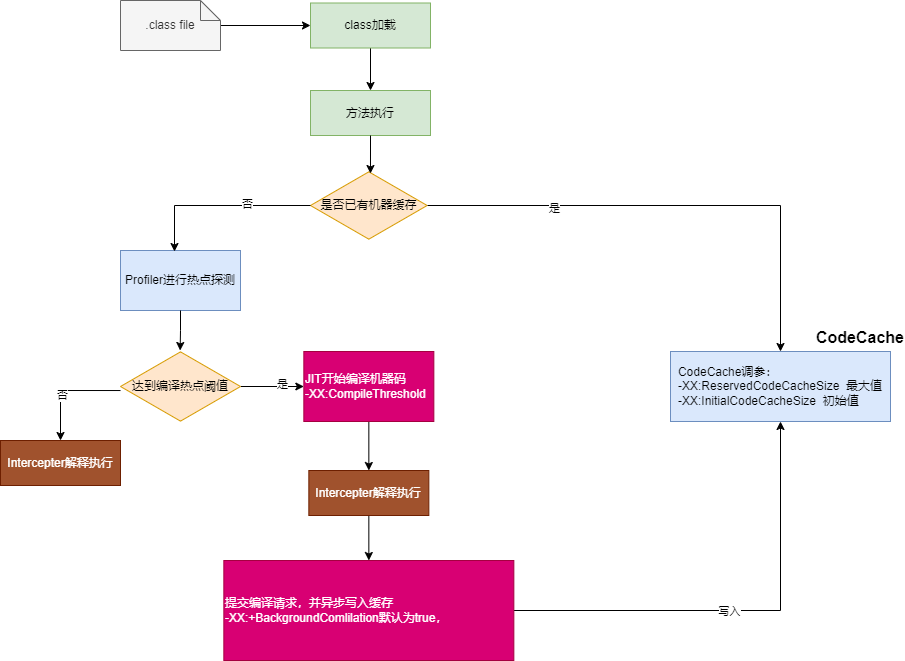
Earlier version of the draw.io export jit即时编译.drawio.png (lyflexi/draw.io-online). Source tidied: cells renumbered, new cells last; positions are measured from the earlier drawing's top-left corner, leaving out a move shared by most shapes.
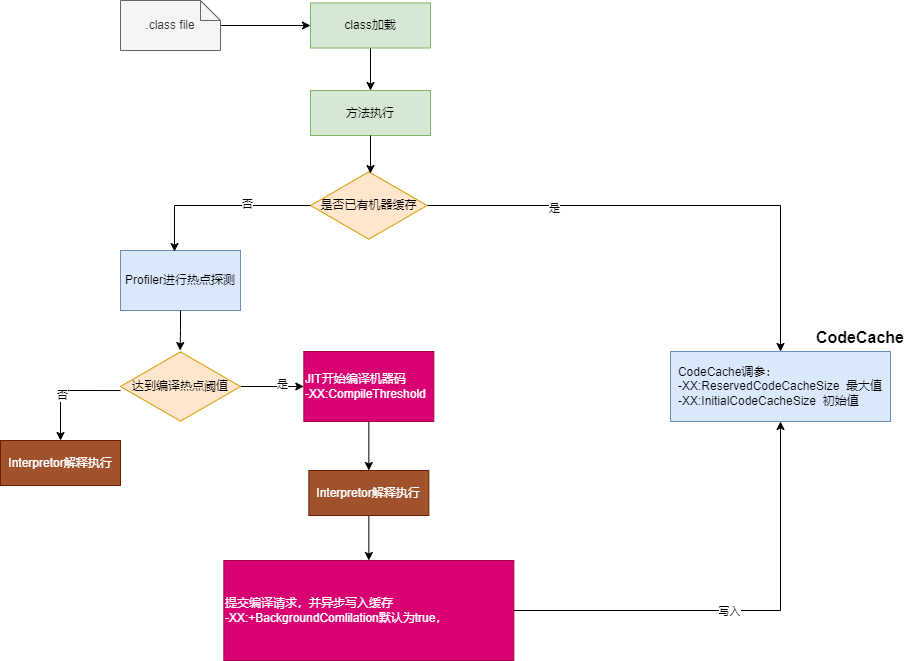
After the commit.

Commit message:
更新jit即时编译.drawio.png

What changed in the source:
```diff
@@ -59,7 +59,7 @@
     <mxCell id="20" style="edgeStyle=orthogonalEdgeStyle;rounded=0;jettySize=auto;html=1;entryX=0.497;entryY=0;entryDx=0;entryDy=0;entryPerimeter=0;" parent="1" edge="1" source="12" target="19">
       <mxGeometry relative="1" as="geometry" />
     </mxCell>
-    <mxCell id="21" value="Intercepter解释执行" style="rounded=0;whiteSpace=wrap;html=1;fillColor=#a0522d;strokeColor=#6D1F00;fontColor=#ffffff;" parent="1" vertex="1">
+    <mxCell id="21" value="Interpretor解释执行" style="rounded=0;whiteSpace=wrap;html=1;fillColor=#a0522d;strokeColor=#6D1F00;fontColor=#ffffff;" parent="1" vertex="1">
       <mxGeometry y="440" width="120" height="45" as="geometry" />
     </mxCell>
     <mxCell id="22" style="edgeStyle=orthogonalEdgeStyle;rounded=0;jettySize=auto;html=1;entryX=0.5;entryY=0;entryDx=0;entryDy=0;" parent="1" edge="1" source="23" target="26">
@@ -74,7 +74,7 @@
     <mxCell id="25" style="edgeStyle=orthogonalEdgeStyle;rounded=0;jettySize=auto;html=1;" parent="1" edge="1" source="26" target="29">
       <mxGeometry relative="1" as="geometry" />
     </mxCell>
-    <mxCell id="26" value="Intercepter解释执行" style="rounded=0;whiteSpace=wrap;html=1;fillColor=#a0522d;strokeColor=#6D1F00;fontColor=#ffffff;" parent="1" vertex="1">
+    <mxCell id="26" value="Interpretor解释执行" style="rounded=0;whiteSpace=wrap;html=1;fillColor=#a0522d;strokeColor=#6D1F00;fontColor=#ffffff;" parent="1" vertex="1">
       <mxGeometry x="308.3" y="470" width="120" height="45" as="geometry" />
     </mxCell>
     <mxCell id="27" style="edgeStyle=orthogonalEdgeStyle;rounded=0;jettySize=auto;html=1;entryX=0.5;entryY=1;entryDx=0;entryDy=0;" parent="1" edge="1" source="29" target="11">
```
